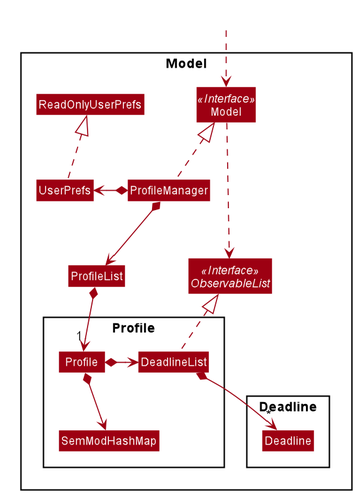
Earlier version of the PlantUML export docs/images/ModelClassDiagram.png (nus-cs2103-AY1920S2/addressbook-level3).
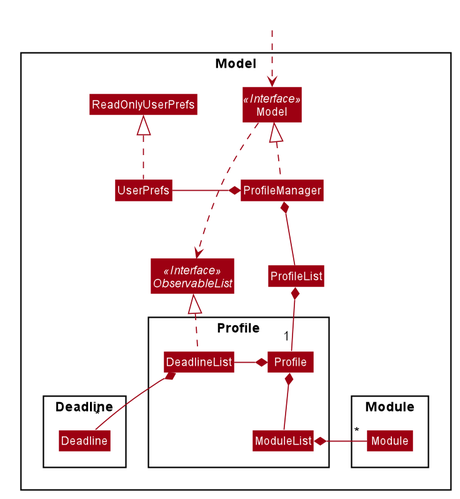
After the commit.

Diff of the diagram source:
```diff
@@ -63,7 +63,11 @@
 Package Profile {
 Class Profile
 Class DeadlineList
-Class SemModHashMap
+Class ModuleList
+}
+
+Package Module {
+Class Module
 }
 
 
@@ -76,18 +80,18 @@
 HiddenOutside ..> Model
 
 ProfileManager .up.|> Model
-Model .right.> ObservableList
-ProfileManager *--> ProfileList
-ProfileManager *-left-> UserPrefs
+Model ..> ObservableList
+ProfileManager *-- ProfileList
+ProfileManager *-left- UserPrefs
 UserPrefs .up.|> ReadOnlyUserPrefs
 
-ProfileList *--> "1"Profile
+ProfileList *-- "1"Profile
 
-Profile *--right> DeadlineList
-Profile *--down> SemModHashMap
+Profile *--right DeadlineList
+Profile *--down ModuleList
 DeadlineList ..up|> ObservableList
+ModuleList *--left "*" Module
 
-
-DeadlineList *--> "*"Deadline
+DeadlineList *-- "*"Deadline
 
 @enduml
```
